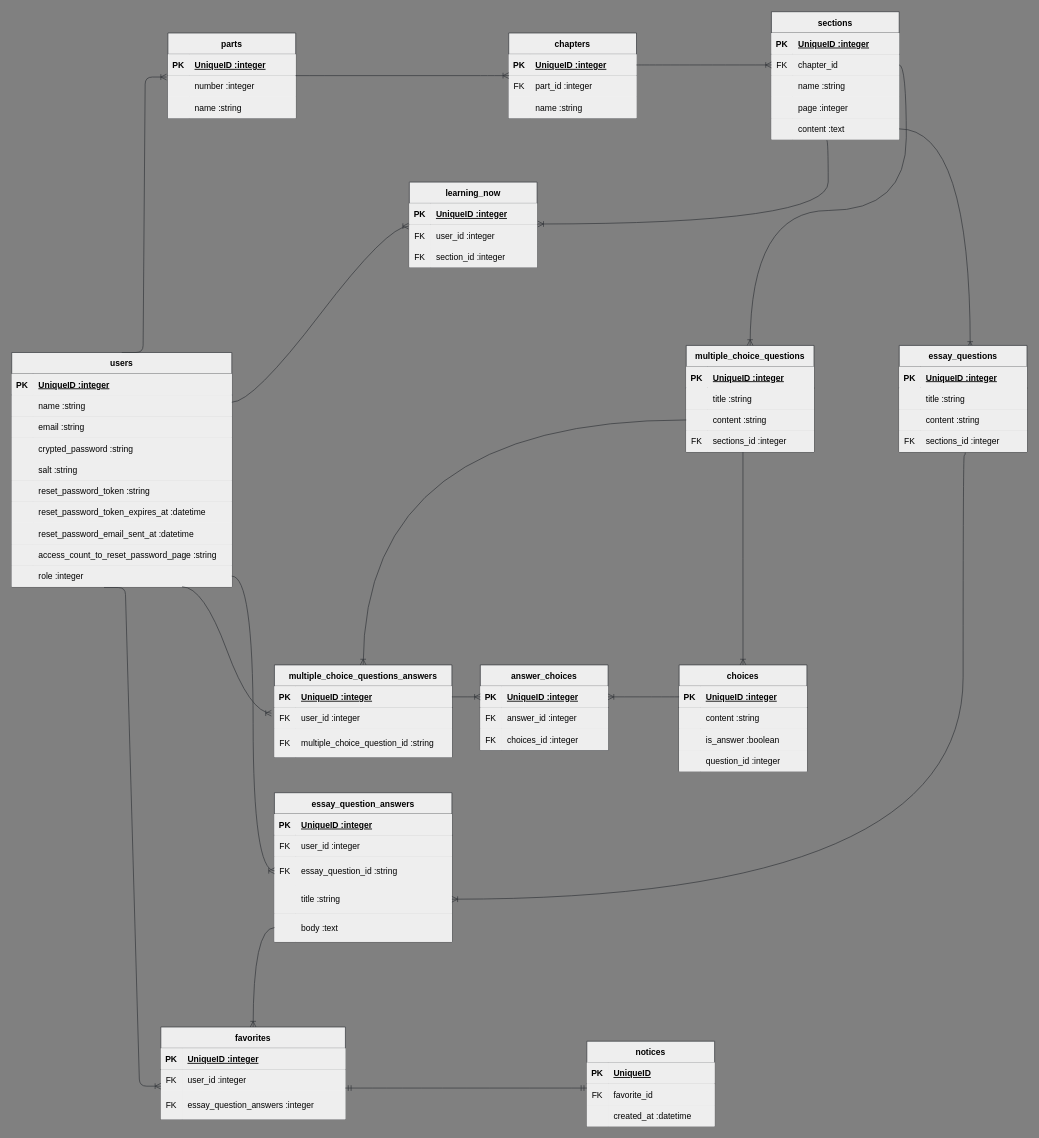
Above: ER.dio in YAN-cyber-ux/how_to_solve_it (draw.io), before the change. Source tidied: cells renumbered, new cells numbered last; positions are measured from the earlier drawing's top-left corner, leaving out a move shared by most shapes. Both pictures are drawn from the tidied source at 71%, with x=0, y=0 at pixel (11, 11).
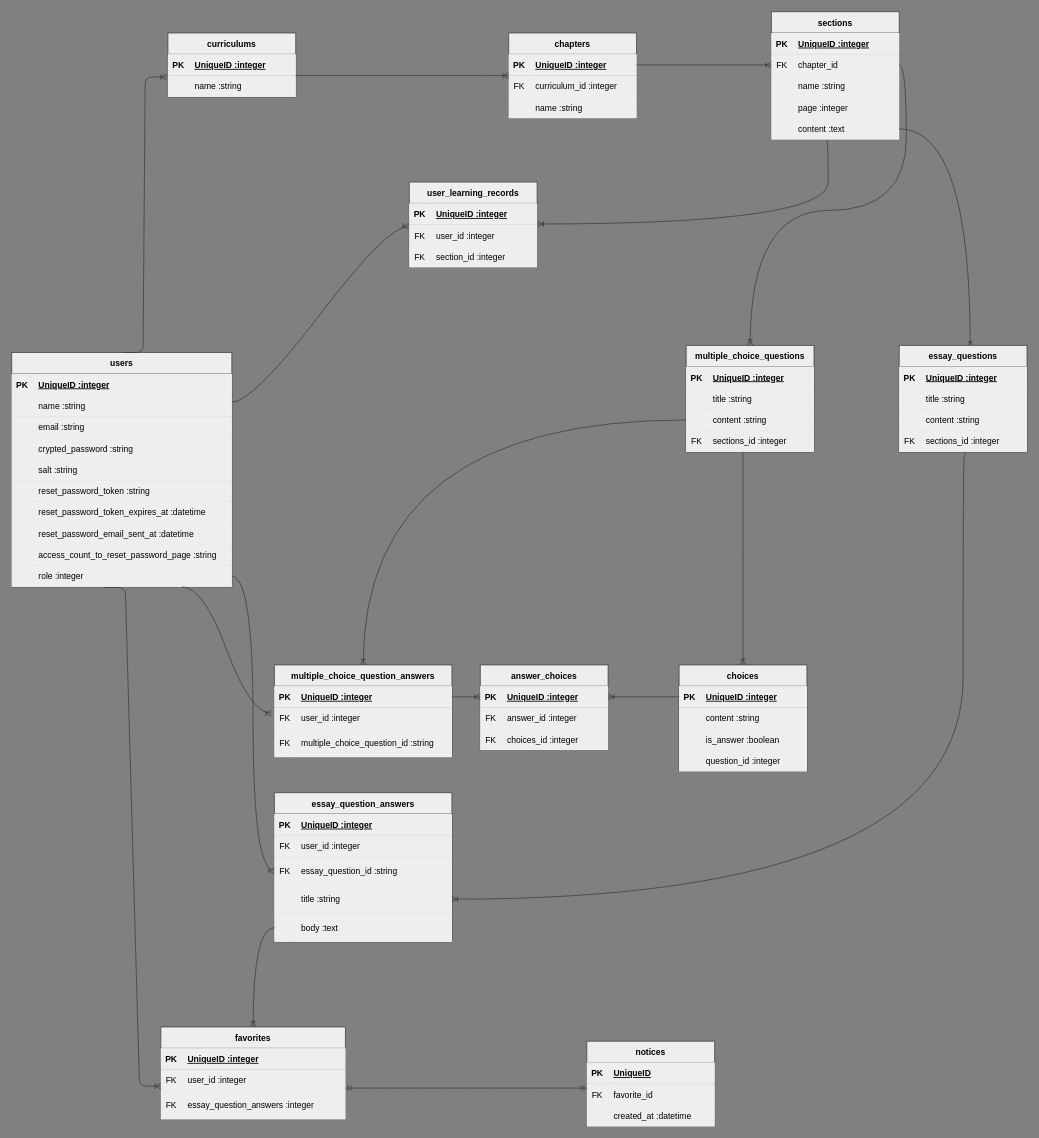
The same diagram, later.

Commit message:
modify: user_learning_records,curriculums

The change refers to these unchanged cells:
```xml
<mxCell id="2" value="users" style="shape=table;startSize=30;childLayout=tableLayout;rowLines=0;fontStyle=1;align=center;labelBackgroundColor=none;fillColor=#eeeeee;strokeColor=#36393d;fontColor=#000000;" parent="1" vertex="1">
  <mxGeometry y="480" width="310" height="330" as="geometry" />
</mxCell>
<mxCell id="63" style="shape=tableRow;horizontal=0;startSize=0;swimlaneHead=0;swimlaneBody=0;fillColor=#eeeeee;top=0;left=0;right=0;bottom=0;labelBackgroundColor=none;strokeColor=#36393d;fontColor=#000000;" parent="59" vertex="1">
  <mxGeometry y="60" width="180" height="30" as="geometry" />
</mxCell>
```

What changed in the source:
```diff
@@
-    <mxCell id="33" value="parts" style="shape=table;startSize=30;childLayout=tableLayout;rowLines=0;fontStyle=1;align=center;labelBackgroundColor=none;fillColor=#eeeeee;strokeColor=#36393d;fontColor=#000000;" parent="1" vertex="1">
-      <mxGeometry x="220" y="30" width="180" height="120" as="geometry" />
+    <mxCell id="33" value="curriculums" style="shape=table;startSize=30;childLayout=tableLayout;rowLines=0;fontStyle=1;align=center;labelBackgroundColor=none;fillColor=#eeeeee;strokeColor=#36393d;fontColor=#000000;" parent="1" vertex="1">
+      <mxGeometry x="220" y="30" width="180" height="90" as="geometry" />
     </mxCell>
@@
-    <mxCell id="37" style="shape=tableRow;horizontal=0;startSize=0;swimlaneHead=0;swimlaneBody=0;fillColor=#eeeeee;points=[[0,0.5],[1,0.5]];portConstraint=eastwest;top=0;left=0;right=0;bottom=0;labelBackgroundColor=none;strokeColor=#36393d;fontColor=#000000;" parent="33" vertex="1">
-      <mxGeometry y="60" width="180" height="30" as="geometry" />
-    </mxCell>
-    <mxCell id="38" style="shape=partialRectangle;fillColor=#eeeeee;top=0;left=0;bottom=0;right=0;overflow=hidden;labelBackgroundColor=none;strokeColor=#36393d;fontColor=#000000;" parent="37" vertex="1">
-      <mxGeometry width="30" height="30" as="geometry" />
-    </mxCell>
-    <mxCell id="39" value="number :integer" style="shape=partialRectangle;fillColor=#eeeeee;top=0;left=0;bottom=0;right=0;align=left;spacingLeft=6;overflow=hidden;labelBackgroundColor=none;strokeColor=#36393d;fontColor=#000000;" parent="37" vertex="1">
-      <mxGeometry x="30" width="150" height="30" as="geometry" />
-    </mxCell>
     <mxCell id="40" style="shape=tableRow;horizontal=0;startSize=0;swimlaneHead=0;swimlaneBody=0;fillColor=#eeeeee;top=0;left=0;right=0;bottom=0;labelBackgroundColor=none;strokeColor=#36393d;fontColor=#000000;" parent="33" vertex="1">
-      <mxGeometry y="90" width="180" height="30" as="geometry" />
+      <mxGeometry y="60" width="180" height="30" as="geometry" />
     </mxCell>
@@
-    <mxCell id="65" value="part_id :integer" style="shape=partialRectangle;fillColor=#eeeeee;top=0;left=0;bottom=0;right=0;align=left;spacingLeft=6;overflow=hidden;labelBackgroundColor=none;strokeColor=#36393d;fontColor=#000000;" parent="63" vertex="1">
+    <mxCell id="65" value="curriculum_id :integer" style="shape=partialRectangle;fillColor=#eeeeee;top=0;left=0;bottom=0;right=0;align=left;spacingLeft=6;overflow=hidden;labelBackgroundColor=none;strokeColor=#36393d;fontColor=#000000;" parent="63" vertex="1">
       <mxGeometry x="30" width="150" height="30" as="geometry" />
     </mxCell>
@@
-    <mxCell id="69" value="multiple_choice_questions_answers" style="shape=table;startSize=30;childLayout=tableLayout;rowLines=0;fontStyle=1;align=center;labelBackgroundColor=none;fillColor=#eeeeee;strokeColor=#36393d;fontColor=#000000;" parent="1" vertex="1">
+    <mxCell id="69" value="multiple_choice_question_answers" style="shape=table;startSize=30;childLayout=tableLayout;rowLines=0;fontStyle=1;align=center;labelBackgroundColor=none;fillColor=#eeeeee;strokeColor=#36393d;fontColor=#000000;" parent="1" vertex="1">
       <mxGeometry x="370" y="920" width="250" height="130" as="geometry" />
     </mxCell>
@@
-    <mxCell id="100" style="edgeStyle=entityRelationEdgeStyle;fontSize=12;html=1;endArrow=ERoneToMany;exitX=1;exitY=0;exitDx=0;exitDy=0;exitPerimeter=0;labelBackgroundColor=none;fillColor=#eeeeee;strokeColor=#36393d;fontColor=#000000;" parent="1" edge="1" source="37">
+    <mxCell id="100" style="edgeStyle=entityRelationEdgeStyle;fontSize=12;html=1;endArrow=ERoneToMany;exitX=1;exitY=0;exitDx=0;exitDy=0;exitPerimeter=0;labelBackgroundColor=none;fillColor=#eeeeee;strokeColor=#36393d;fontColor=#000000;" parent="1" edge="1">
       <mxGeometry relative="1" as="geometry">
+        <mxPoint x="400" y="90" as="sourcePoint" />
         <mxPoint x="700" y="90" as="targetPoint" />
       </mxGeometry>
     </mxCell>
-    <mxCell id="101" value="learning_now" style="shape=table;startSize=30;childLayout=tableLayout;rowLines=0;fontStyle=1;align=center;labelBackgroundColor=none;fillColor=#eeeeee;strokeColor=#36393d;fontColor=#000000;" parent="1" vertex="1">
+    <mxCell id="101" value="user_learning_records" style="shape=table;startSize=30;childLayout=tableLayout;rowLines=0;fontStyle=1;align=center;labelBackgroundColor=none;fillColor=#eeeeee;strokeColor=#36393d;fontColor=#000000;" parent="1" vertex="1">
       <mxGeometry x="560" y="240" width="180" height="120" as="geometry" />
     </mxCell>
@@
-    <mxCell id="148" style="edgeStyle=entityRelationEdgeStyle;fontSize=12;html=1;endArrow=ERoneToMany;entryX=-0.011;entryY=0.067;entryDx=0;entryDy=0;entryPerimeter=0;exitX=0.5;exitY=0;exitDx=0;exitDy=0;labelBackgroundColor=none;fillColor=#eeeeee;strokeColor=#36393d;fontColor=#000000;" parent="1" edge="1" source="2" target="37">
-      <mxGeometry relative="1" as="geometry" />
+    <mxCell id="148" style="edgeStyle=entityRelationEdgeStyle;fontSize=12;html=1;endArrow=ERoneToMany;entryX=-0.011;entryY=0.067;entryDx=0;entryDy=0;entryPerimeter=0;exitX=0.5;exitY=0;exitDx=0;exitDy=0;labelBackgroundColor=none;fillColor=#eeeeee;strokeColor=#36393d;fontColor=#000000;" parent="1" edge="1" source="2">
+      <mxGeometry relative="1" as="geometry">
+        <mxPoint x="218" y="92" as="targetPoint" />
+      </mxGeometry>
     </mxCell>
```
